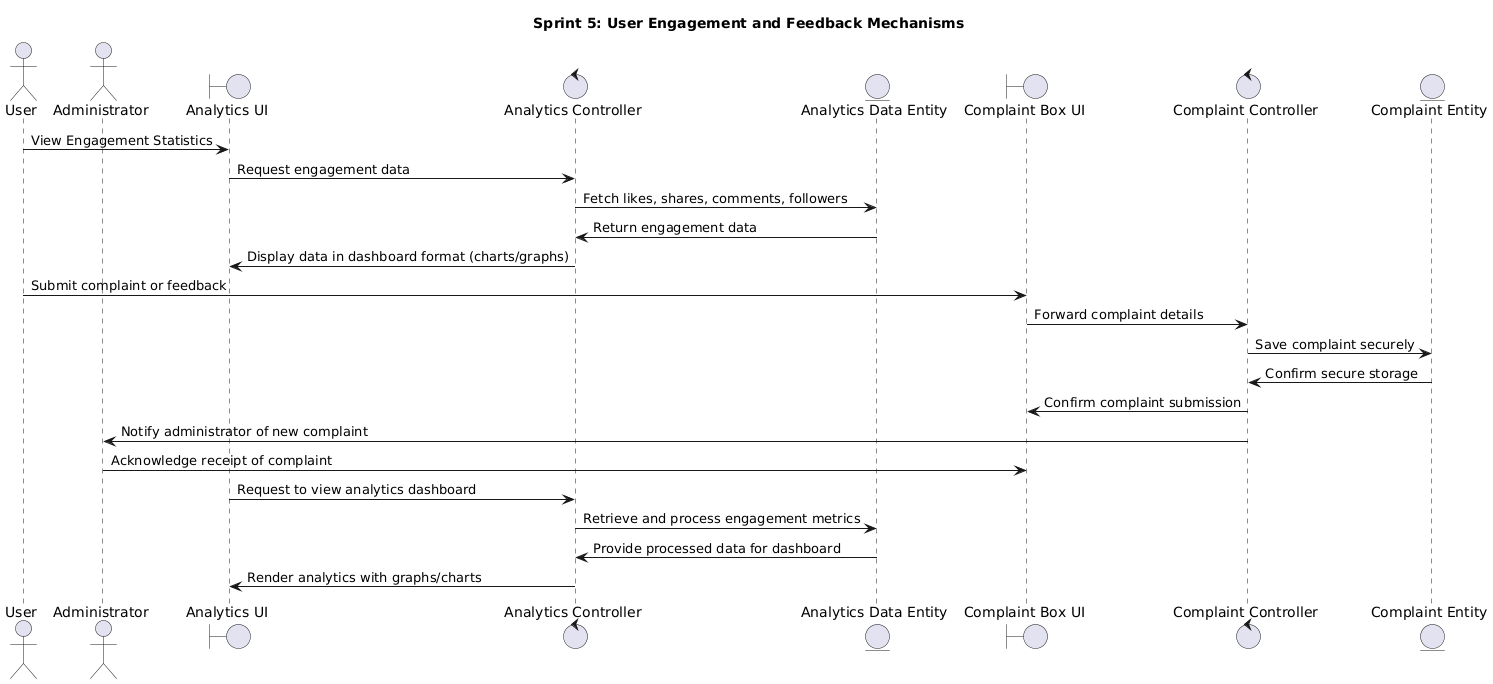
Earlier version of the PlantUML export Labs/Lab05_ClassDiagram_Sequence Diagram/Sequence_Daigrams/Sprint5.png (zeelghori27012004/ConnectCo).
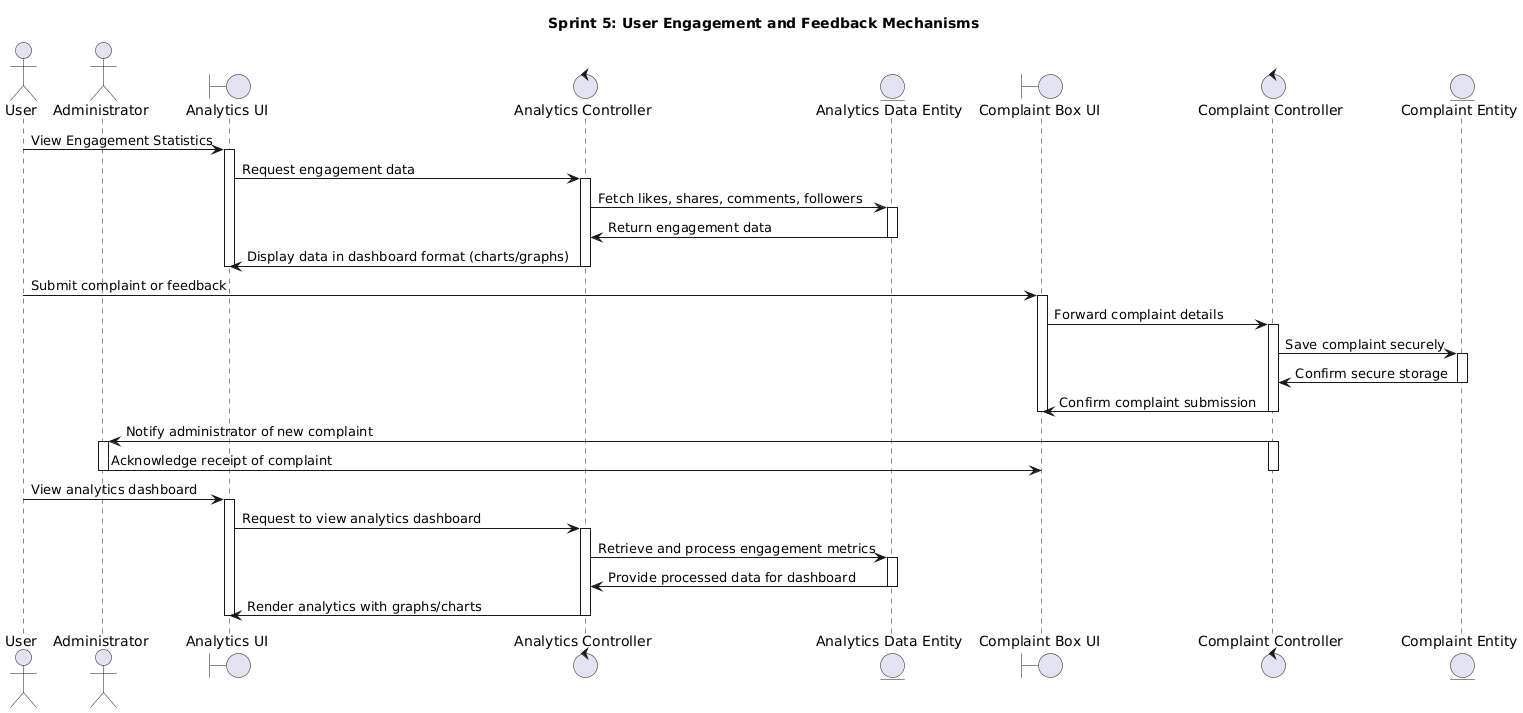
Above is the later version.

Diff of the diagram source:
```diff
@@ -13,22 +13,45 @@
 entity Complaint as "Complaint Entity"
 
 User -> AnalyticsBoundary : View Engagement Statistics
+activate AnalyticsBoundary
 AnalyticsBoundary -> AnalyticsController : Request engagement data
+activate AnalyticsController
 AnalyticsController -> AnalyticsData : Fetch likes, shares, comments, followers
+activate AnalyticsData
 AnalyticsData -> AnalyticsController : Return engagement data
+deactivate AnalyticsData
 AnalyticsController -> AnalyticsBoundary : Display data in dashboard format (charts/graphs)
+deactivate AnalyticsController
+deactivate AnalyticsBoundary
 
 User -> ComplaintBoundary : Submit complaint or feedback
+activate ComplaintBoundary
 ComplaintBoundary -> ComplaintController : Forward complaint details
+activate ComplaintController
 ComplaintController -> Complaint : Save complaint securely
+activate Complaint
 Complaint -> ComplaintController : Confirm secure storage
+deactivate Complaint
 ComplaintController -> ComplaintBoundary : Confirm complaint submission
+deactivate ComplaintController
+deactivate ComplaintBoundary
 
 ComplaintController -> Admin : Notify administrator of new complaint
+activate ComplaintController
+activate Admin
 Admin -> ComplaintBoundary : Acknowledge receipt of complaint
+deactivate Admin
+deactivate ComplaintController
 
+User -> AnalyticsBoundary : View analytics dashboard
+activate AnalyticsBoundary
 AnalyticsBoundary -> AnalyticsController : Request to view analytics dashboard
+activate AnalyticsController
 AnalyticsController -> AnalyticsData : Retrieve and process engagement metrics
+activate AnalyticsData
 AnalyticsData -> AnalyticsController : Provide processed data for dashboard
+deactivate AnalyticsData
 AnalyticsController -> AnalyticsBoundary : Render analytics with graphs/charts
+deactivate AnalyticsController
+deactivate AnalyticsBoundary
 @enduml
```
